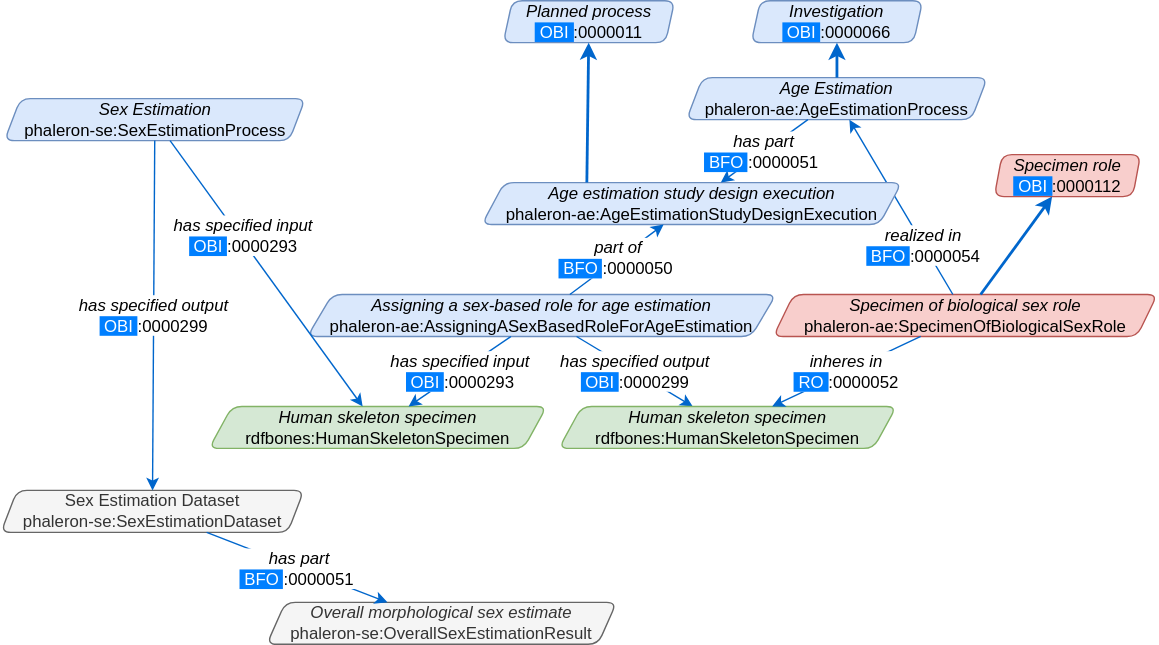
The draw.io diagram NetworkGraphics/OntologyExtensions/phaleron-age/phaleron-age_NetworkGraphics.svg in RDFBones/RDFBonesGraphics, before a commit. Source tidied: cells renumbered, new cells last; positions are measured from the earlier drawing's top-left corner, leaving out a move shared by most shapes.
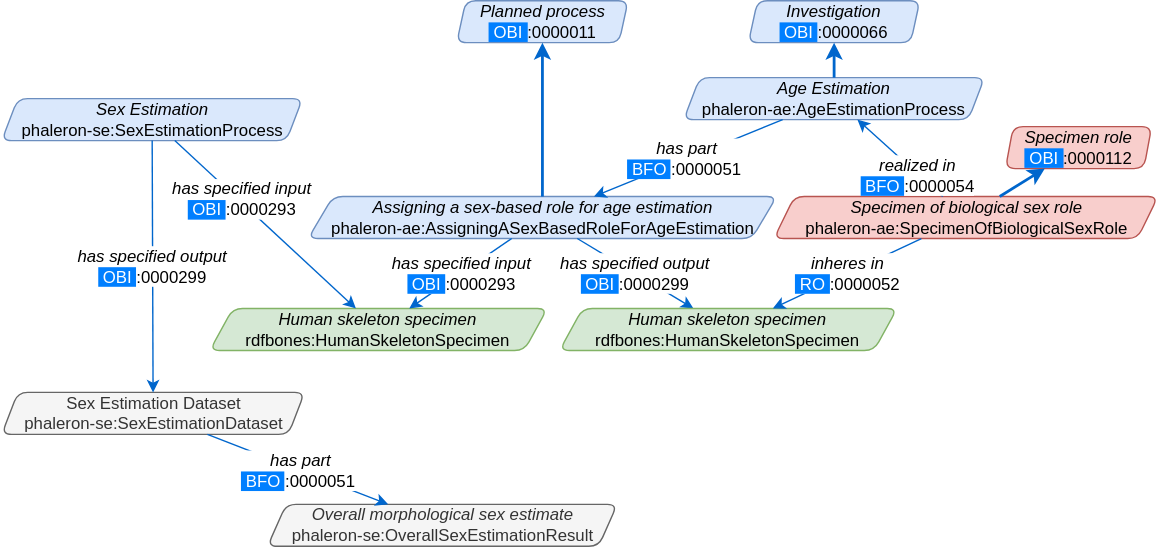
After the change.

Commit message:
Eliminated study design execution process.

The edit, as a diff of the source:
```diff
@@ -3,10 +3,10 @@
     <mxCell id="0" />
     <mxCell id="1" parent="0" />
     <mxCell id="2" value="&lt;i style=&quot;border-color: var(--border-color);&quot;&gt;Human skeleton specimen&lt;/i&gt;&lt;br style=&quot;border-color: var(--border-color);&quot;&gt;rdfbones:HumanSkeletonSpecimen" style="shape=parallelogram;perimeter=parallelogramPerimeter;whiteSpace=wrap;html=1;strokeColor=#82b366;fontSize=12;align=center;size=0.06818181818181818;fillColor=#d5e8d4;rounded=1;comic=0;shadow=0;spacing=0;line-height:.8rem;arcSize=14;" parent="1" vertex="1">
-      <mxGeometry x="148.8" y="290" width="241.2" height="30" as="geometry" />
+      <mxGeometry x="151.2" y="220" width="241.2" height="30" as="geometry" />
     </mxCell>
     <mxCell id="3" value="&lt;i&gt;Assigning a sex-based role for age estimation&lt;/i&gt;&lt;br&gt;phaleron-ae:AssigningASexBasedRoleForAgeEstimation" style="shape=parallelogram;perimeter=parallelogramPerimeter;whiteSpace=wrap;html=1;strokeColor=#6c8ebf;fontSize=12;align=center;size=0.05333333333333334;fillColor=#dae8fc;rounded=1;comic=0;shadow=0;spacing=0;line-height:.8rem;arcSize=14;" parent="1" vertex="1">
-      <mxGeometry x="219" y="210" width="335" height="30" as="geometry" />
+      <mxGeometry x="221.5" y="140" width="335" height="30" as="geometry" />
     </mxCell>
     <mxCell id="4" value="&lt;font style=&quot;font-size: 12px;&quot;&gt;&lt;span style=&quot;line-height: 120%; font-size: 12px;&quot;&gt;&lt;i style=&quot;font-size: 12px;&quot;&gt;has specified input&lt;br style=&quot;font-size: 12px;&quot;&gt;&lt;/i&gt;&lt;span style=&quot;color: rgb(255, 255, 255); text-align: left; background-color: rgb(0, 127, 255);&quot;&gt;&amp;nbsp;OBI&amp;nbsp;&lt;/span&gt;:0000293&lt;/span&gt;&lt;/font&gt;" style="rounded=0;html=1;jettySize=auto;strokeColor=#0066CC;fontSize=12;strokeWidth=1;arcSize=20;" parent="1" edge="1" source="3" target="2">
       <mxGeometry relative="1" as="geometry" />
@@ -18,13 +18,13 @@
       <mxGeometry x="-0.27" y="2" relative="1" as="geometry" />
     </mxCell>
     <mxCell id="7" value="Sex Estimation Dataset&lt;br&gt;phaleron-se:SexEstimationDataset" style="shape=parallelogram;perimeter=parallelogramPerimeter;whiteSpace=wrap;html=1;strokeColor=#666666;fontSize=12;align=center;size=0.05333333333333334;fillColor=#f5f5f5;rounded=1;comic=0;shadow=0;spacing=0;line-height:.8rem;arcSize=14;fontColor=#333333;" parent="1" vertex="1">
-      <mxGeometry y="350" width="216.5" height="30" as="geometry" />
+      <mxGeometry x="2.5" y="280" width="216.5" height="30" as="geometry" />
     </mxCell>
     <mxCell id="8" value="&lt;font style=&quot;font-size: 12px;&quot;&gt;&lt;span style=&quot;line-height: 120%; font-size: 12px;&quot;&gt;&lt;i style=&quot;font-size: 12px;&quot;&gt;has specified output&lt;br style=&quot;font-size: 12px;&quot;&gt;&lt;/i&gt;&lt;span style=&quot;color: rgb(255, 255, 255); text-align: left; background-color: rgb(0, 127, 255);&quot;&gt;&amp;nbsp;OBI&amp;nbsp;&lt;/span&gt;:0000299&lt;/span&gt;&lt;/font&gt;" style="rounded=0;html=1;jettySize=auto;strokeColor=#0066CC;fontSize=12;strokeWidth=1;arcSize=20;" parent="1" edge="1" source="5" target="7">
       <mxGeometry relative="1" as="geometry" />
     </mxCell>
     <mxCell id="9" value="&lt;i style=&quot;border-color: var(--border-color);&quot;&gt;Overall&amp;nbsp;&lt;/i&gt;&lt;i style=&quot;border-color: var(--border-color);&quot;&gt;&lt;i style=&quot;border-color: var(--border-color);&quot;&gt;morphological&lt;/i&gt;&amp;nbsp;sex estimate&lt;/i&gt;&lt;br&gt;phaleron-se:OverallSexEstimationResult" style="shape=parallelogram;perimeter=parallelogramPerimeter;whiteSpace=wrap;html=1;strokeColor=#666666;fontSize=12;align=center;size=0.05333333333333334;fillColor=#f5f5f5;rounded=1;comic=0;shadow=0;spacing=0;line-height:.8rem;arcSize=14;fontColor=#333333;" parent="1" vertex="1">
-      <mxGeometry x="190" y="430" width="250" height="30" as="geometry" />
+      <mxGeometry x="192.5" y="360" width="250" height="30" as="geometry" />
     </mxCell>
     <mxCell id="10" value="&lt;font style=&quot;font-size: 12px&quot;&gt;&lt;span style=&quot;line-height: 120% ; font-size: 12px&quot;&gt;&lt;i style=&quot;font-size: 12px&quot;&gt;has part&lt;br style=&quot;font-size: 12px&quot;&gt;&lt;/i&gt;&lt;span style=&quot;color: rgb(255 , 255 , 255) ; text-align: left ; background-color: rgb(0 , 127 , 255)&quot;&gt;&amp;nbsp;BFO&amp;nbsp;&lt;/span&gt;:0000051&amp;nbsp;&lt;/span&gt;&lt;/font&gt;" style="rounded=0;html=1;jettySize=auto;strokeColor=#0066CC;fontSize=12;strokeWidth=1;arcSize=20;" parent="1" edge="1" source="7" target="9">
       <mxGeometry x="0.02" relative="1" as="geometry" />
@@ -33,10 +33,10 @@
       <mxGeometry relative="1" as="geometry" />
     </mxCell>
     <mxCell id="12" value="&lt;i style=&quot;border-color: var(--border-color);&quot;&gt;Human skeleton specimen&lt;/i&gt;&lt;br style=&quot;border-color: var(--border-color);&quot;&gt;rdfbones:HumanSkeletonSpecimen" style="shape=parallelogram;perimeter=parallelogramPerimeter;whiteSpace=wrap;html=1;strokeColor=#82b366;fontSize=12;align=center;size=0.06818181818181818;fillColor=#d5e8d4;rounded=1;comic=0;shadow=0;spacing=0;line-height:.8rem;arcSize=14;" parent="1" vertex="1">
-      <mxGeometry x="398.8" y="290" width="241.2" height="30" as="geometry" />
+      <mxGeometry x="401.2" y="220" width="241.2" height="30" as="geometry" />
     </mxCell>
     <mxCell id="13" value="&lt;i&gt;Specimen of biological sex role&lt;/i&gt;&lt;br&gt;phaleron-ae:SpecimenOfBiologicalSexRole" style="shape=parallelogram;perimeter=parallelogramPerimeter;whiteSpace=wrap;html=1;strokeColor=#b85450;fontSize=12;align=center;size=0.05333333333333334;fillColor=#f8cecc;rounded=1;comic=0;shadow=0;spacing=0;line-height:.8rem;arcSize=14;" parent="1" vertex="1">
-      <mxGeometry x="552" y="210" width="274.5" height="30" as="geometry" />
+      <mxGeometry x="554.5" y="140" width="274.5" height="30" as="geometry" />
     </mxCell>
     <mxCell id="14" value="&lt;font style=&quot;font-size: 12px;&quot;&gt;&lt;span style=&quot;line-height: 120%; font-size: 12px;&quot;&gt;&lt;i style=&quot;font-size: 12px;&quot;&gt;inheres in&lt;br style=&quot;font-size: 12px;&quot;&gt;&lt;/i&gt;&lt;span style=&quot;color: rgb(255, 255, 255); text-align: left; background-color: rgb(0, 127, 255);&quot;&gt;&amp;nbsp;RO&amp;nbsp;&lt;/span&gt;:0000052&lt;/span&gt;&lt;/font&gt;" style="rounded=0;html=1;jettySize=auto;strokeColor=#0066CC;fontSize=12;strokeWidth=1;arcSize=20;" parent="1" edge="1" source="13" target="12">
       <mxGeometry relative="1" as="geometry" />
@@ -47,17 +47,11 @@
     <mxCell id="16" value="&lt;font style=&quot;font-size: 12px;&quot;&gt;&lt;span style=&quot;line-height: 120%; font-size: 12px;&quot;&gt;&lt;i style=&quot;font-size: 12px;&quot;&gt;realized in&lt;br style=&quot;font-size: 12px;&quot;&gt;&lt;/i&gt;&lt;span style=&quot;color: rgb(255, 255, 255); text-align: left; background-color: rgb(0, 127, 255);&quot;&gt;&amp;nbsp;BFO&amp;nbsp;&lt;/span&gt;:0000054&lt;/span&gt;&lt;/font&gt;" style="rounded=0;html=1;jettySize=auto;strokeColor=#0066CC;fontSize=12;strokeWidth=1;arcSize=20;" parent="1" edge="1" source="13" target="15">
       <mxGeometry x="-0.44" y="1" relative="1" as="geometry" />
     </mxCell>
-    <mxCell id="17" value="&lt;i&gt;Age estimation study design execution&lt;/i&gt;&lt;br&gt;phaleron-ae:AgeEstimationStudyDesignExecution" style="shape=parallelogram;perimeter=parallelogramPerimeter;whiteSpace=wrap;html=1;strokeColor=#6c8ebf;fontSize=12;align=center;size=0.05333333333333334;fillColor=#dae8fc;rounded=1;comic=0;shadow=0;spacing=0;line-height:.8rem;arcSize=14;" parent="1" vertex="1">
-      <mxGeometry x="343.8" y="130" width="300" height="30" as="geometry" />
-    </mxCell>
-    <mxCell id="18" value="&lt;font style=&quot;font-size: 12px&quot;&gt;&lt;span style=&quot;line-height: 120% ; font-size: 12px&quot;&gt;&lt;i style=&quot;font-size: 12px&quot;&gt;has part&lt;br style=&quot;font-size: 12px&quot;&gt;&lt;/i&gt;&lt;span style=&quot;color: rgb(255 , 255 , 255) ; text-align: left ; background-color: rgb(0 , 127 , 255)&quot;&gt;&amp;nbsp;BFO&amp;nbsp;&lt;/span&gt;:0000051&amp;nbsp;&lt;/span&gt;&lt;/font&gt;" style="rounded=0;html=1;jettySize=auto;strokeColor=#0066CC;fontSize=12;strokeWidth=1;arcSize=20;" parent="1" edge="1" source="15" target="17">
+    <mxCell id="18" value="&lt;font style=&quot;font-size: 12px&quot;&gt;&lt;span style=&quot;line-height: 120% ; font-size: 12px&quot;&gt;&lt;i style=&quot;font-size: 12px&quot;&gt;has part&lt;br style=&quot;font-size: 12px&quot;&gt;&lt;/i&gt;&lt;span style=&quot;color: rgb(255 , 255 , 255) ; text-align: left ; background-color: rgb(0 , 127 , 255)&quot;&gt;&amp;nbsp;BFO&amp;nbsp;&lt;/span&gt;:0000051&amp;nbsp;&lt;/span&gt;&lt;/font&gt;" style="rounded=0;html=1;jettySize=auto;strokeColor=#0066CC;fontSize=12;strokeWidth=1;arcSize=20;" parent="1" edge="1" source="15" target="3">
       <mxGeometry x="0.02" relative="1" as="geometry" />
     </mxCell>
-    <mxCell id="19" value="&lt;font style=&quot;font-size: 12px&quot;&gt;&lt;span style=&quot;line-height: 120% ; font-size: 12px&quot;&gt;&lt;i style=&quot;font-size: 12px&quot;&gt;part of&lt;br style=&quot;font-size: 12px&quot;&gt;&lt;/i&gt;&lt;span style=&quot;color: rgb(255 , 255 , 255) ; text-align: left ; background-color: rgb(0 , 127 , 255)&quot;&gt;&amp;nbsp;BFO&amp;nbsp;&lt;/span&gt;:0000050&amp;nbsp;&lt;/span&gt;&lt;/font&gt;" style="rounded=0;html=1;jettySize=auto;strokeColor=#0066CC;fontSize=12;strokeWidth=1;arcSize=20;" parent="1" edge="1" source="3" target="17">
-      <mxGeometry x="0.02" relative="1" as="geometry" />
-    </mxCell>
     <mxCell id="20" value="&lt;i&gt;Specimen role&lt;/i&gt;&lt;br&gt;&lt;span style=&quot;background-color: rgb(0, 127, 255);&quot;&gt;&lt;font color=&quot;#ffffff&quot;&gt;&amp;nbsp;OBI&amp;nbsp;&lt;/font&gt;&lt;/span&gt;:0000112" style="shape=parallelogram;perimeter=parallelogramPerimeter;whiteSpace=wrap;html=1;strokeColor=#b85450;fontSize=12;align=center;size=0.05333333333333334;fillColor=#f8cecc;rounded=1;comic=0;shadow=0;spacing=0;line-height:.8rem;arcSize=14;" parent="1" vertex="1">
-      <mxGeometry x="710" y="110" width="104.5" height="30" as="geometry" />
+      <mxGeometry x="720" y="90" width="104.5" height="30" as="geometry" />
     </mxCell>
     <mxCell id="21" style="edgeStyle=none;rounded=0;html=1;jettySize=auto;strokeColor=#0066CC;strokeWidth=2;fontSize=12;fontColor=#0066CC;" parent="1" edge="1" source="13" target="20">
       <mxGeometry x="-0.65" y="-4" relative="1" as="geometry">
@@ -65,9 +59,9 @@
       </mxGeometry>
     </mxCell>
     <mxCell id="22" value="&lt;i&gt;Planned process&lt;/i&gt;&lt;br&gt;&lt;span style=&quot;color: rgb(255, 255, 255); text-align: left; background-color: rgb(0, 127, 255);&quot;&gt;&amp;nbsp;OBI&amp;nbsp;&lt;/span&gt;:0000011" style="shape=parallelogram;perimeter=parallelogramPerimeter;whiteSpace=wrap;html=1;strokeColor=#6c8ebf;fontSize=12;align=center;size=0.05333333333333334;fillColor=#dae8fc;rounded=1;comic=0;shadow=0;spacing=0;line-height:.8rem;arcSize=14;" parent="1" vertex="1">
-      <mxGeometry x="359" width="122.5" height="30" as="geometry" />
+      <mxGeometry x="327.8" width="122.5" height="30" as="geometry" />
     </mxCell>
-    <mxCell id="23" style="edgeStyle=none;rounded=0;html=1;jettySize=auto;strokeColor=#0066CC;strokeWidth=2;fontSize=12;fontColor=#0066CC;exitX=0.25;exitY=0;exitDx=0;exitDy=0;" parent="1" edge="1" source="17" target="22">
+    <mxCell id="23" style="edgeStyle=none;rounded=0;html=1;jettySize=auto;strokeColor=#0066CC;strokeWidth=2;fontSize=12;fontColor=#0066CC;" parent="1" edge="1" source="3" target="22">
       <mxGeometry x="-0.65" y="-4" relative="1" as="geometry">
         <mxPoint x="1" as="offset" />
       </mxGeometry>
```
